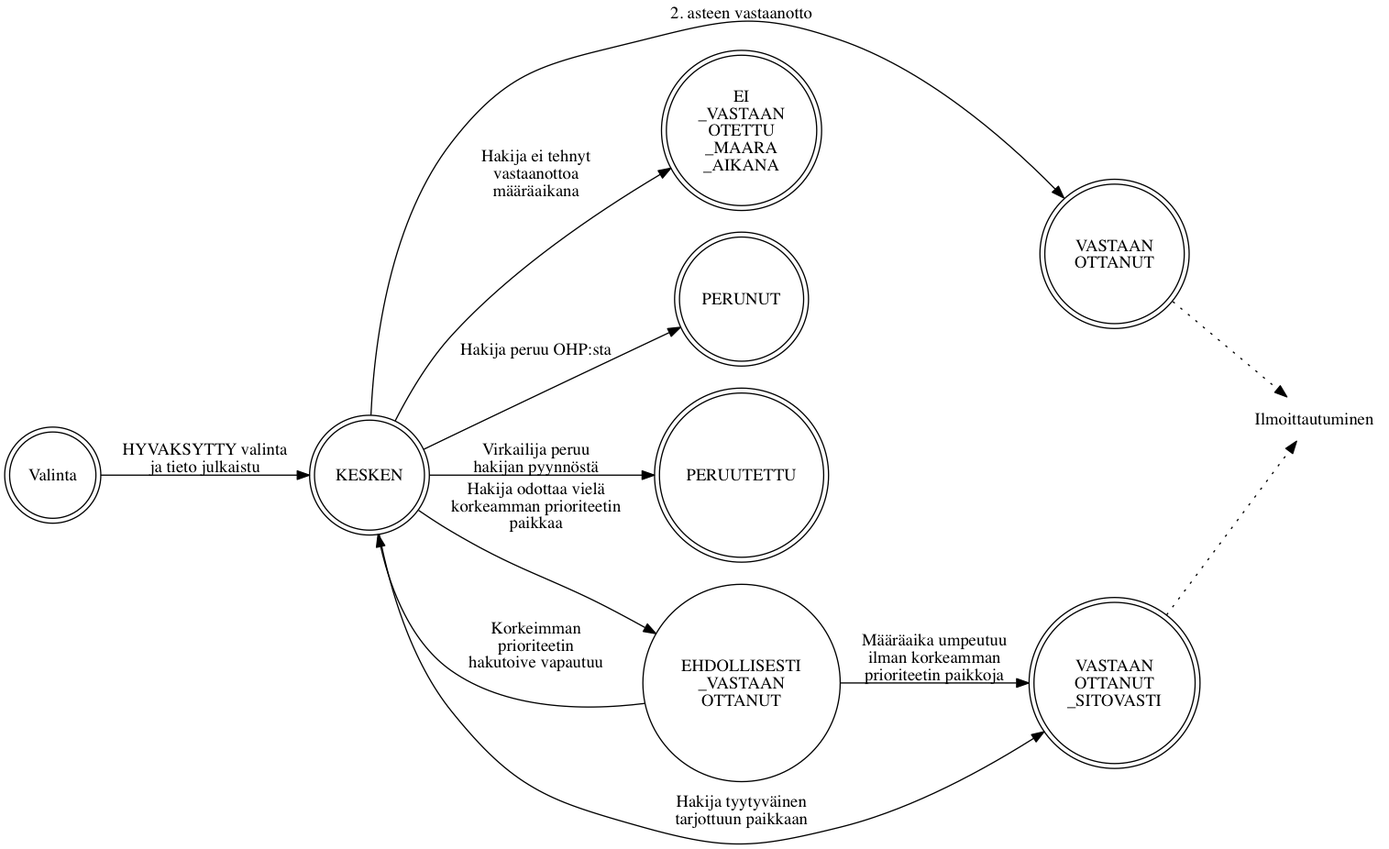
This is img/vastaanotto.png from Opetushallitus/dokumentaatio, a Graphviz export, as it was before one commit. Its source is kept beside it as dot/vastaanotto.dot.
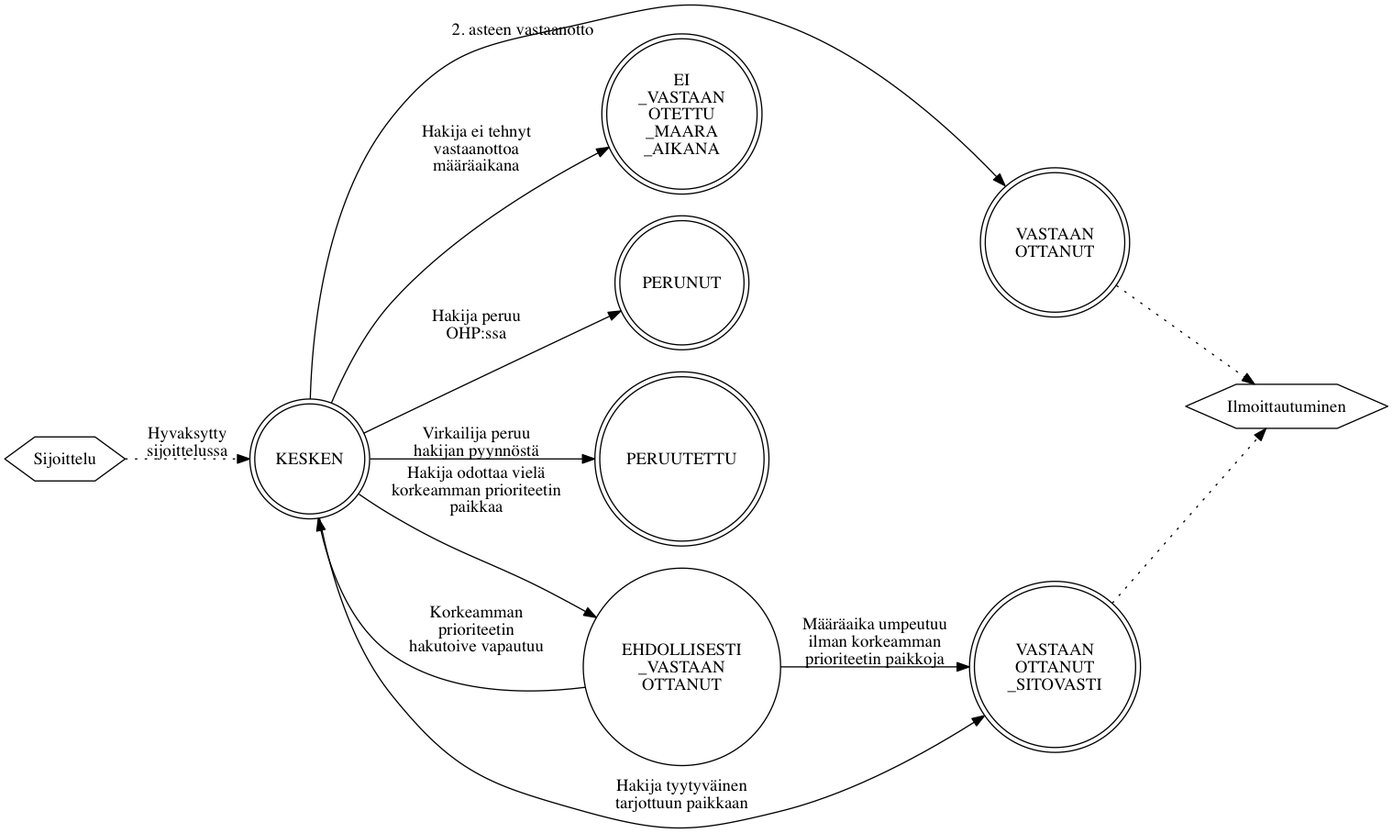
The same diagram one commit later.

Commit message:
Valintalaskenta -> Laskenta, Valinta -> Sijoittelu

What changed in the source:
```diff
@@ -2,14 +2,14 @@
   rankdir=LR;
   node [shape=circle];
 
-  Valinta -> KESKEN [label="HYVAKSYTTY valinta\nja tieto julkaistu"];
-  KESKEN -> VASTAANOTTANUT [label="2. asteen vastaanotto"];
+  Sijoittelu -> KESKEN [label="Hyvaksytty\nsijoittelussa" style=dotted];
+  KESKEN -> VASTAANOTTANUT [xlabel="2. asteen vastaanotto"];
   KESKEN -> EI_VASTAANOTETTU_MAARA_AIKANA [label="Hakija ei tehnyt\nvastaanottoa\nmääräaikana"];
-  KESKEN -> PERUNUT [label="Hakija peruu OHP:sta"];
+  KESKEN -> PERUNUT [label="Hakija peruu\nOHP:ssa"];
   KESKEN -> PERUUTETTU [label="Virkailija peruu\nhakijan pyynnöstä"];
   KESKEN -> EHDOLLISESTI_VASTAANOTTANUT [label="Hakija odottaa vielä\nkorkeamman prioriteetin\npaikkaa"];
   KESKEN -> VASTAANOTTANUT_SITOVASTI [label="Hakija tyytyväinen\ntarjottuun paikkaan"];
-  EHDOLLISESTI_VASTAANOTTANUT -> KESKEN [label="Korkeimman\nprioriteetin\nhakutoive vapautuu"];
+  EHDOLLISESTI_VASTAANOTTANUT -> KESKEN [label="Korkeamman\nprioriteetin\nhakutoive vapautuu"];
   EHDOLLISESTI_VASTAANOTTANUT -> VASTAANOTTANUT_SITOVASTI [label="Määräaika umpeutuu\nilman korkeamman\nprioriteetin paikkoja"];
 
   {
@@ -18,11 +18,11 @@
   }
   VASTAANOTTANUT, VASTAANOTTANUT_SITOVASTI -> Ilmoittautuminen [style=dotted];
 
-  Valinta, VASTAANOTTANUT_SITOVASTI, PERUUTETTU, PERUNUT, EI_VASTAANOTETTU_MAARA_AIKANA, VASTAANOTTANUT, KESKEN [shape=doublecircle];
+  Sijoittelu, VASTAANOTTANUT_SITOVASTI, PERUUTETTU, PERUNUT, EI_VASTAANOTETTU_MAARA_AIKANA, VASTAANOTTANUT, KESKEN [shape=doublecircle];
   EI_VASTAANOTETTU_MAARA_AIKANA [label="EI\n_VASTAAN\nOTETTU\n_MAARA\n_AIKANA"]
   EHDOLLISESTI_VASTAANOTTANUT [label="EHDOLLISESTI\n_VASTAAN\nOTTANUT"]
   VASTAANOTTANUT_SITOVASTI [label="VASTAAN\nOTTANUT\n_SITOVASTI"]
   VASTAANOTTANUT [label="VASTAAN\nOTTANUT"]
 
-  Ilmoittautuminen [shape=none];
+  Sijoittelu, Ilmoittautuminen [shape=hexagon];
 }
```
